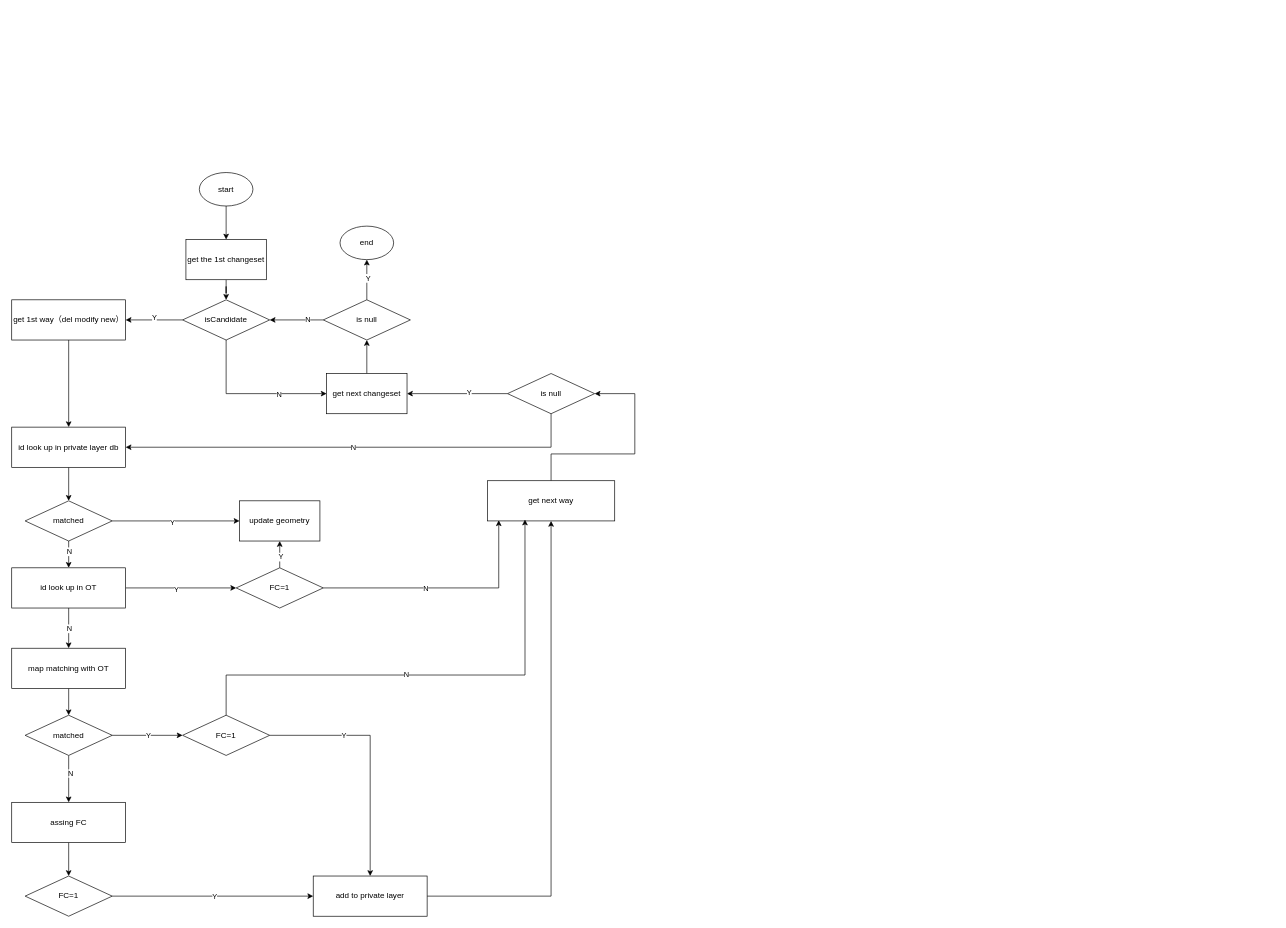
This is expired fc changeset.drawio from 472542625/drawio, a draw.io file, before an edit. Source tidied: cells renumbered, new cells numbered last; positions are measured from the earlier drawing's top-left corner, leaving out a move shared by most shapes. Both pictures are drawn from the tidied source at 67%, with x=0, y=0 at pixel (11, 172).
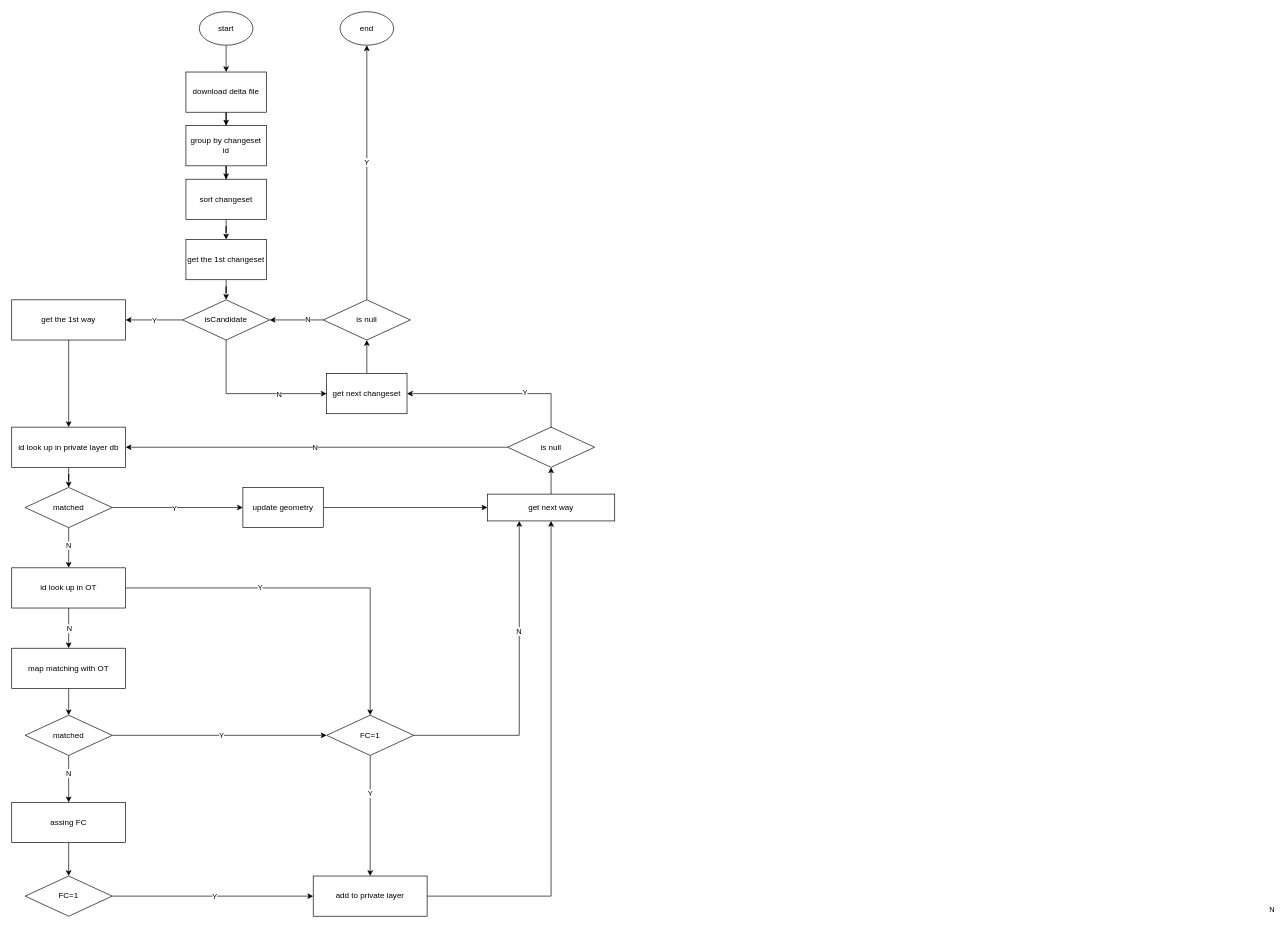
The same diagram, later.

Unchanged cells that the change refers to:
```xml
<mxCell id="3" value="get the 1st changeset" style="rounded=0;whiteSpace=wrap;html=1;" parent="1" vertex="1">
  <mxGeometry x="260" y="100" width="120" height="60" as="geometry" />
</mxCell>
<mxCell id="6" style="edgeStyle=orthogonalEdgeStyle;rounded=0;jettySize=auto;html=1;" parent="1" edge="1" source="10" target="12">
  <mxGeometry relative="1" as="geometry" />
</mxCell>
<mxCell id="15" style="edgeStyle=orthogonalEdgeStyle;rounded=0;jettySize=auto;html=1;entryX=0.5;entryY=0;entryDx=0;entryDy=0;" parent="1" edge="1" source="17" target="33">
  <mxGeometry relative="1" as="geometry" />
</mxCell>
<mxCell id="20" value="get next changeset" style="rounded=0;whiteSpace=wrap;html=1;" parent="1" vertex="1">
  <mxGeometry x="470" y="300" width="120" height="60" as="geometry" />
</mxCell>
<mxCell id="23" style="edgeStyle=orthogonalEdgeStyle;rounded=0;jettySize=auto;html=1;entryX=0.5;entryY=1;entryDx=0;entryDy=0;" parent="1" edge="1" source="25" target="26">
  <mxGeometry relative="1" as="geometry" />
</mxCell>
<mxCell id="28" value="id look up in private layer db" style="whiteSpace=wrap;html=1;" parent="1" vertex="1">
  <mxGeometry y="380" width="170" height="60" as="geometry" />
</mxCell>
<mxCell id="33" value="id look up in OT" style="whiteSpace=wrap;html=1;" parent="1" vertex="1">
  <mxGeometry y="590" width="170" height="60" as="geometry" />
</mxCell>
<mxCell id="43" style="edgeStyle=orthogonalEdgeStyle;rounded=0;jettySize=auto;html=1;entryX=0.5;entryY=0;entryDx=0;entryDy=0;" parent="1" edge="1" source="45" target="50">
  <mxGeometry relative="1" as="geometry" />
</mxCell>
<mxCell id="55" value="add to private layer" style="whiteSpace=wrap;html=1;" parent="1" vertex="1">
  <mxGeometry x="450" y="1050" width="170" height="60" as="geometry" />
</mxCell>
```

What changed in the source:
```diff
@@
-    <mxCell id="4" style="edgeStyle=orthogonalEdgeStyle;rounded=0;jettySize=auto;html=1;entryX=0.5;entryY=0;entryDx=0;entryDy=0;" parent="1" edge="1" source="5" target="3">
-      <mxGeometry relative="1" as="geometry" />
-    </mxCell>
+    <mxCell id="65" style="edgeStyle=orthogonalEdgeStyle;rounded=0;jettySize=auto;html=1;entryX=0.5;entryY=0;entryDx=0;entryDy=0;" parent="1" edge="1" source="5" target="72">
+      <mxGeometry relative="1" as="geometry" />
+    </mxCell>
     <mxCell id="5" value="start" style="ellipse;whiteSpace=wrap;html=1;" parent="1" vertex="1">
-      <mxGeometry x="280" width="80" height="50" as="geometry" />
+      <mxGeometry x="280" y="-240" width="80" height="50" as="geometry" />
     </mxCell>
@@
     <mxCell id="7" value="Y" style="edgeLabel;html=1;align=center;verticalAlign=middle;" parent="6" vertex="1">
-      <mxGeometry x="0.01" y="-4" relative="1" as="geometry" />
+      <mxGeometry x="0.01" y="-4" relative="1" as="geometry">
+        <mxPoint y="4" as="offset" />
+      </mxGeometry>
     </mxCell>
@@
-    <mxCell id="12" value="get 1st way（del modify new）" style="whiteSpace=wrap;html=1;" parent="1" vertex="1">
+    <mxCell id="12" value="get the 1st way" style="whiteSpace=wrap;html=1;" parent="1" vertex="1">
       <mxGeometry y="190" width="170" height="60" as="geometry" />
     </mxCell>
@@
     <mxCell id="16" value="N" style="edgeLabel;html=1;align=center;verticalAlign=middle;" parent="15" vertex="1">
       <mxGeometry x="-0.4" relative="1" as="geometry">
-        <mxPoint y="3" as="offset" />
+        <mxPoint x="-1" y="8" as="offset" />
       </mxGeometry>
     </mxCell>
     <mxCell id="17" value="matched" style="rhombus;whiteSpace=wrap;html=1;" parent="1" vertex="1">
-      <mxGeometry x="20" y="490" width="130" height="60" as="geometry" />
+      <mxGeometry x="20" y="470" width="130" height="60" as="geometry" />
     </mxCell>
+    <mxCell id="66" style="edgeStyle=orthogonalEdgeStyle;rounded=0;jettySize=auto;html=1;entryX=0;entryY=0.5;entryDx=0;entryDy=0;" parent="1" edge="1" source="18" target="35">
+      <mxGeometry relative="1" as="geometry" />
+    </mxCell>
     <mxCell id="18" value="update geometry" style="whiteSpace=wrap;html=1;" parent="1" vertex="1">
-      <mxGeometry x="340" y="490" width="120" height="60" as="geometry" />
+      <mxGeometry x="345" y="470" width="120" height="60" as="geometry" />
     </mxCell>
@@
     <mxCell id="24" value="Y" style="edgeLabel;html=1;align=center;verticalAlign=middle;" parent="23" vertex="1">
-      <mxGeometry x="0.1" y="-1" relative="1" as="geometry" />
+      <mxGeometry x="0.1" y="-1" relative="1" as="geometry">
+        <mxPoint x="-2" y="4" as="offset" />
+      </mxGeometry>
     </mxCell>
@@
     <mxCell id="26" value="end" style="ellipse;whiteSpace=wrap;html=1;" parent="1" vertex="1">
-      <mxGeometry x="490" y="80" width="80" height="50" as="geometry" />
+      <mxGeometry x="490" y="-240" width="80" height="50" as="geometry" />
     </mxCell>
@@
-    <mxCell id="29" style="edgeStyle=orthogonalEdgeStyle;rounded=0;jettySize=auto;html=1;entryX=0;entryY=0.5;entryDx=0;entryDy=0;" parent="1" edge="1" source="33" target="38">
-      <mxGeometry relative="1" as="geometry" />
-    </mxCell>
-    <mxCell id="30" value="Y" style="edgeLabel;html=1;align=center;verticalAlign=middle;" parent="29" vertex="1">
-      <mxGeometry x="-0.09" y="-1" relative="1" as="geometry" />
-    </mxCell>
@@
+    <mxCell id="67" style="edgeStyle=orthogonalEdgeStyle;rounded=0;jettySize=auto;html=1;entryX=0.5;entryY=0;entryDx=0;entryDy=0;" parent="1" edge="1" source="33" target="48">
+      <mxGeometry relative="1" as="geometry" />
+    </mxCell>
+    <mxCell id="68" value="Y" style="edgeLabel;html=1;align=center;verticalAlign=middle;" parent="67" vertex="1">
+      <mxGeometry x="-0.28" y="1" relative="1" as="geometry" />
+    </mxCell>
@@
-    <mxCell id="34" style="edgeStyle=orthogonalEdgeStyle;rounded=0;jettySize=auto;html=1;entryX=1;entryY=0.5;entryDx=0;entryDy=0;" parent="1" edge="1" source="35" target="60">
-      <mxGeometry relative="1" as="geometry">
-        <Array as="points">
-          <mxPoint x="930" y="420" />
-          <mxPoint x="930" y="330" />
-        </Array>
-      </mxGeometry>
+    <mxCell id="34" style="edgeStyle=orthogonalEdgeStyle;rounded=0;jettySize=auto;html=1;entryX=0.5;entryY=1;entryDx=0;entryDy=0;" parent="1" edge="1" source="35" target="60">
+      <mxGeometry relative="1" as="geometry" />
     </mxCell>
     <mxCell id="35" value="get next way" style="whiteSpace=wrap;html=1;" parent="1" vertex="1">
-      <mxGeometry x="710" y="460" width="190" height="60" as="geometry" />
+      <mxGeometry x="710" y="480" width="190" height="40" as="geometry" />
     </mxCell>
-    <mxCell id="36" style="edgeStyle=orthogonalEdgeStyle;rounded=0;jettySize=auto;html=1;entryX=0.5;entryY=1;entryDx=0;entryDy=0;" parent="1" edge="1" source="38" target="18">
-      <mxGeometry relative="1" as="geometry" />
-    </mxCell>
-    <mxCell id="37" value="Y" style="edgeLabel;html=1;align=center;verticalAlign=middle;" parent="36" vertex="1">
-      <mxGeometry x="-0.15" y="-1" relative="1" as="geometry" />
-    </mxCell>
-    <mxCell id="38" value="FC=1" style="rhombus;whiteSpace=wrap;html=1;" parent="1" vertex="1">
-      <mxGeometry x="335" y="590" width="130" height="60" as="geometry" />
-    </mxCell>
@@
     <mxCell id="44" value="N" style="edgeLabel;html=1;align=center;verticalAlign=middle;" parent="43" vertex="1">
-      <mxGeometry x="-0.26" y="2" relative="1" as="geometry" />
+      <mxGeometry x="-0.26" y="2" relative="1" as="geometry">
+        <mxPoint x="-3" as="offset" />
+      </mxGeometry>
     </mxCell>
@@
-    <mxCell id="46" style="edgeStyle=orthogonalEdgeStyle;rounded=0;jettySize=auto;html=1;" parent="1" edge="1" source="48" target="55">
+    <mxCell id="46" style="edgeStyle=orthogonalEdgeStyle;rounded=0;jettySize=auto;html=1;exitX=0.5;exitY=1;exitDx=0;exitDy=0;" parent="1" edge="1" source="48" target="55">
       <mxGeometry relative="1" as="geometry" />
     </mxCell>
     <mxCell id="47" value="Y" style="edgeLabel;html=1;align=center;verticalAlign=middle;" parent="46" vertex="1">
-      <mxGeometry x="-0.39" y="1" relative="1" as="geometry" />
+      <mxGeometry x="-0.39" y="1" relative="1" as="geometry">
+        <mxPoint x="-2" y="1" as="offset" />
+      </mxGeometry>
     </mxCell>
+    <mxCell id="61" style="edgeStyle=orthogonalEdgeStyle;rounded=0;jettySize=auto;html=1;entryX=0.25;entryY=1;entryDx=0;entryDy=0;" parent="1" edge="1" source="48" target="35">
+      <mxGeometry relative="1" as="geometry" />
+    </mxCell>
+    <mxCell id="69" value="N" style="edgeLabel;html=1;align=center;verticalAlign=middle;" parent="61" vertex="1">
+      <mxGeometry x="0.34" y="3" relative="1" as="geometry">
+        <mxPoint x="1126" y="422" as="offset" />
+      </mxGeometry>
+    </mxCell>
+    <mxCell id="70" value="N" style="edgeLabel;html=1;align=center;verticalAlign=middle;" parent="61" vertex="1">
+      <mxGeometry x="0.33" y="3" relative="1" as="geometry">
+        <mxPoint x="2" y="5" as="offset" />
+      </mxGeometry>
+    </mxCell>
     <mxCell id="48" value="FC=1" style="rhombus;whiteSpace=wrap;html=1;" parent="1" vertex="1">
-      <mxGeometry x="255" y="810" width="130" height="60" as="geometry" />
+      <mxGeometry x="470" y="810" width="130" height="60" as="geometry" />
     </mxCell>
@@
-    <mxCell id="56" style="edgeStyle=orthogonalEdgeStyle;rounded=0;jettySize=auto;html=1;entryX=1;entryY=0.5;entryDx=0;entryDy=0;" parent="1" edge="1" source="60" target="20">
+    <mxCell id="56" style="edgeStyle=orthogonalEdgeStyle;rounded=0;jettySize=auto;html=1;entryX=1;entryY=0.5;entryDx=0;entryDy=0;exitX=0.5;exitY=0;exitDx=0;exitDy=0;" parent="1" edge="1" source="60" target="20">
       <mxGeometry relative="1" as="geometry">
         <Array as="points">
-          <mxPoint x="795" y="330" />
+          <mxPoint x="805" y="390" />
+          <mxPoint x="805" y="330" />
         </Array>
       </mxGeometry>
     </mxCell>
@@
-    <mxCell id="58" style="edgeStyle=orthogonalEdgeStyle;rounded=0;jettySize=auto;html=1;entryX=1;entryY=0.5;entryDx=0;entryDy=0;" parent="1" edge="1" source="60" target="28">
-      <mxGeometry relative="1" as="geometry">
-        <Array as="points">
-          <mxPoint x="805" y="410" />
-        </Array>
-      </mxGeometry>
+    <mxCell id="58" style="edgeStyle=orthogonalEdgeStyle;rounded=0;jettySize=auto;html=1;entryX=1;entryY=0.5;entryDx=0;entryDy=0;exitX=0;exitY=0.5;exitDx=0;exitDy=0;" parent="1" edge="1" source="60" target="28">
+      <mxGeometry relative="1" as="geometry" />
     </mxCell>
@@
     <mxCell id="60" value="is null" style="rhombus;whiteSpace=wrap;html=1;" parent="1" vertex="1">
-      <mxGeometry x="740" y="300" width="130" height="60" as="geometry" />
+      <mxGeometry x="740" y="380" width="130" height="60" as="geometry" />
     </mxCell>
-    <mxCell id="61" style="edgeStyle=orthogonalEdgeStyle;rounded=0;jettySize=auto;html=1;entryX=0.295;entryY=0.967;entryDx=0;entryDy=0;entryPerimeter=0;" parent="1" edge="1" source="48" target="35">
-      <mxGeometry relative="1" as="geometry">
-        <Array as="points">
-          <mxPoint x="320" y="750" />
-          <mxPoint x="766" y="750" />
-        </Array>
-      </mxGeometry>
-    </mxCell>
-    <mxCell id="62" value="N" style="edgeLabel;html=1;align=center;verticalAlign=middle;" parent="61" vertex="1">
-      <mxGeometry x="-0.11" y="2" relative="1" as="geometry" />
-    </mxCell>
-    <mxCell id="63" style="edgeStyle=orthogonalEdgeStyle;rounded=0;jettySize=auto;html=1;entryX=0.089;entryY=0.983;entryDx=0;entryDy=0;entryPerimeter=0;" parent="1" edge="1" source="38" target="35">
-      <mxGeometry relative="1" as="geometry" />
-    </mxCell>
-    <mxCell id="64" value="N" style="edgeLabel;html=1;align=center;verticalAlign=middle;" parent="63" vertex="1">
-      <mxGeometry x="-0.16" relative="1" as="geometry" />
-    </mxCell>
+    <mxCell id="71" style="edgeStyle=orthogonalEdgeStyle;rounded=0;jettySize=auto;html=1;entryX=0.5;entryY=0;entryDx=0;entryDy=0;" parent="1" edge="1" source="72" target="74">
+      <mxGeometry relative="1" as="geometry" />
+    </mxCell>
+    <mxCell id="72" value="download delta file" style="rounded=0;whiteSpace=wrap;html=1;" parent="1" vertex="1">
+      <mxGeometry x="260" y="-150" width="120" height="60" as="geometry" />
+    </mxCell>
+    <mxCell id="73" style="edgeStyle=orthogonalEdgeStyle;rounded=0;jettySize=auto;html=1;entryX=0.5;entryY=0;entryDx=0;entryDy=0;" parent="1" edge="1" source="74" target="76">
+      <mxGeometry relative="1" as="geometry" />
+    </mxCell>
+    <mxCell id="74" value="group by changeset id" style="rounded=0;whiteSpace=wrap;html=1;" parent="1" vertex="1">
+      <mxGeometry x="260" y="-70" width="120" height="60" as="geometry" />
+    </mxCell>
+    <mxCell id="75" style="edgeStyle=orthogonalEdgeStyle;rounded=0;jettySize=auto;html=1;" parent="1" edge="1" source="76" target="3">
+      <mxGeometry relative="1" as="geometry" />
+    </mxCell>
+    <mxCell id="76" value="sort changeset" style="rounded=0;whiteSpace=wrap;html=1;" parent="1" vertex="1">
+      <mxGeometry x="260" y="10" width="120" height="60" as="geometry" />
+    </mxCell>
```
